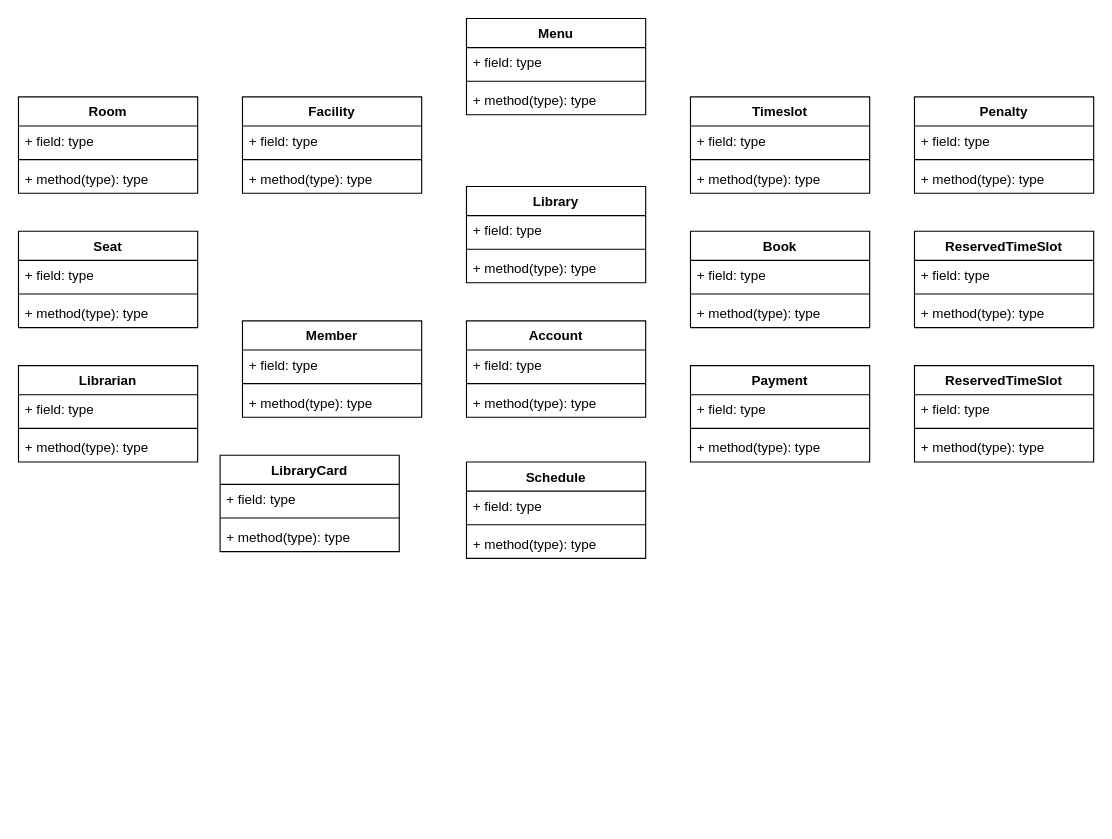
FenrirChiew/HoloLib keeps this draw.io diagram as Class Diagram - Library System.drawio. Above is the earlier version. Source tidied: cells renumbered, new cells numbered last; positions are measured from the earlier drawing's top-left corner, leaving out a move shared by most shapes. Both pictures are drawn from the tidied source at 112%, with x=0, y=0 at pixel (18, 18).
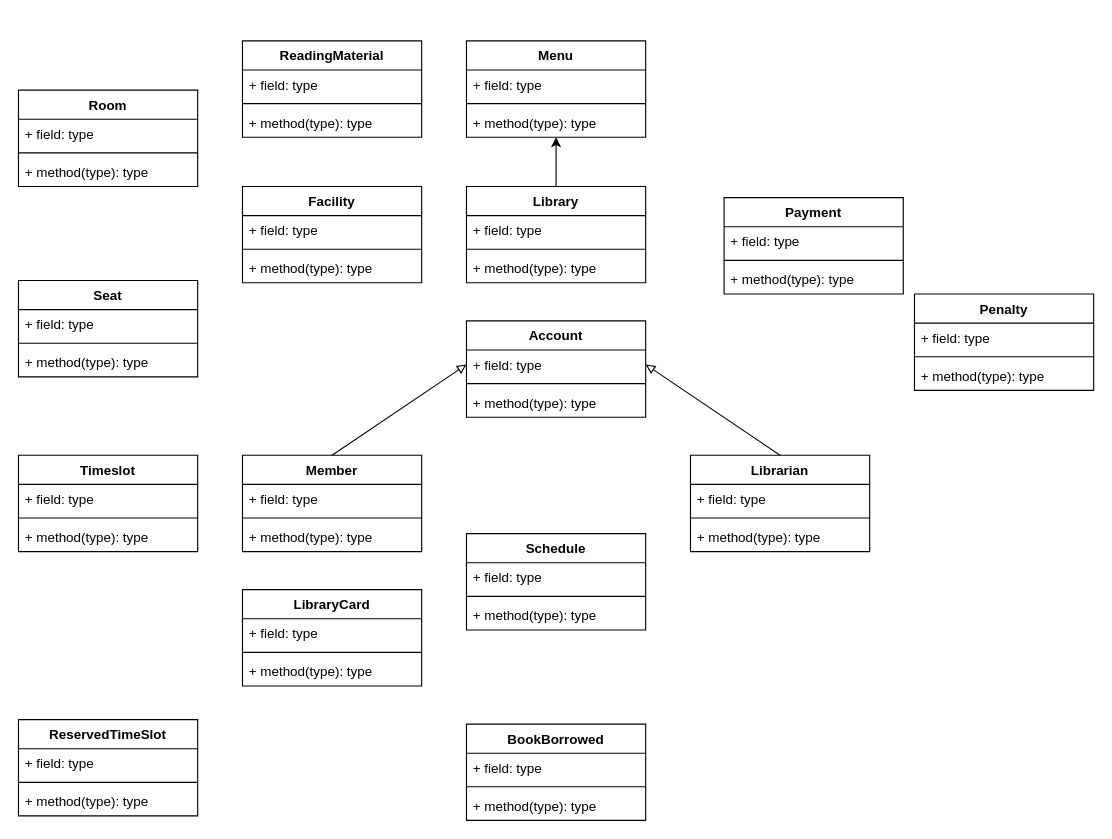
Above is the later version.

Commit message:
Updated Class Diagram

Unchanged cells that the change refers to:
```xml
<mxCell id="14" value="Library" style="swimlane;fontStyle=1;align=center;verticalAlign=top;horizontal=1;startSize=26;" parent="1" vertex="1">
  <mxGeometry x="400" y="150" width="160" height="86" as="geometry" />
</mxCell>
<mxCell id="19" value="+ field: type" style="text;strokeColor=none;fillColor=none;align=left;verticalAlign=top;spacingLeft=4;spacingRight=4;overflow=hidden;points=[[0,0.5],[1,0.5]];portConstraint=eastwest;" parent="18" vertex="1">
  <mxGeometry y="26" width="160" height="26" as="geometry" />
</mxCell>
```

The edit, as a diff of the source:
```diff
@@
     <mxCell id="2" value="Room" style="swimlane;fontStyle=1;align=center;verticalAlign=top;horizontal=1;startSize=26;" parent="1" vertex="1">
-      <mxGeometry y="70" width="160" height="86" as="geometry" />
+      <mxGeometry y="64" width="160" height="86" as="geometry" />
     </mxCell>
@@
     <mxCell id="6" value="Seat" style="swimlane;fontStyle=1;align=center;verticalAlign=top;horizontal=1;startSize=26;" parent="1" vertex="1">
-      <mxGeometry y="190" width="160" height="86" as="geometry" />
+      <mxGeometry y="234" width="160" height="86" as="geometry" />
     </mxCell>
@@
     <mxCell id="10" value="Facility" style="swimlane;fontStyle=1;align=center;verticalAlign=top;horizontal=1;startSize=26;" parent="1" vertex="1">
-      <mxGeometry x="200" y="70" width="160" height="86" as="geometry" />
+      <mxGeometry x="200" y="150" width="160" height="86" as="geometry" />
     </mxCell>
@@
+    <mxCell id="66" style="rounded=0;jettySize=auto;html=1;exitX=0.5;exitY=0;exitDx=0;exitDy=0;entryX=0.5;entryY=1;entryDx=0;entryDy=0;" parent="1" edge="1" source="14" target="62">
+      <mxGeometry relative="1" as="geometry" />
+    </mxCell>
@@
     <mxCell id="22" value="Librarian" style="swimlane;fontStyle=1;align=center;verticalAlign=top;horizontal=1;startSize=26;" parent="1" vertex="1">
-      <mxGeometry y="310" width="160" height="86" as="geometry" />
+      <mxGeometry x="600" y="390" width="160" height="86" as="geometry" />
     </mxCell>
@@
     <mxCell id="26" value="Member" style="swimlane;fontStyle=1;align=center;verticalAlign=top;horizontal=1;startSize=26;" parent="1" vertex="1">
-      <mxGeometry x="200" y="270" width="160" height="86" as="geometry" />
+      <mxGeometry x="200" y="390" width="160" height="86" as="geometry" />
     </mxCell>
@@
     <mxCell id="30" value="LibraryCard" style="swimlane;fontStyle=1;align=center;verticalAlign=top;horizontal=1;startSize=26;" parent="1" vertex="1">
-      <mxGeometry x="180" y="390" width="160" height="86" as="geometry" />
+      <mxGeometry x="200" y="510" width="160" height="86" as="geometry" />
     </mxCell>
@@
     <mxCell id="34" value="Schedule" style="swimlane;fontStyle=1;align=center;verticalAlign=top;horizontal=1;startSize=26;" parent="1" vertex="1">
-      <mxGeometry x="400" y="396" width="160" height="86" as="geometry" />
+      <mxGeometry x="400" y="460" width="160" height="86" as="geometry" />
     </mxCell>
@@
     <mxCell id="38" value="Timeslot" style="swimlane;fontStyle=1;align=center;verticalAlign=top;horizontal=1;startSize=26;" parent="1" vertex="1">
-      <mxGeometry x="600" y="70" width="160" height="86" as="geometry" />
+      <mxGeometry y="390" width="160" height="86" as="geometry" />
     </mxCell>
@@
-    <mxCell id="42" value="Book" style="swimlane;fontStyle=1;align=center;verticalAlign=top;horizontal=1;startSize=26;" parent="1" vertex="1">
-      <mxGeometry x="600" y="190" width="160" height="86" as="geometry" />
+    <mxCell id="42" value="ReadingMaterial" style="swimlane;fontStyle=1;align=center;verticalAlign=top;horizontal=1;startSize=26;" parent="1" vertex="1">
+      <mxGeometry x="200" y="20" width="160" height="86" as="geometry" />
     </mxCell>
@@
     <mxCell id="46" value="Payment" style="swimlane;fontStyle=1;align=center;verticalAlign=top;horizontal=1;startSize=26;" parent="1" vertex="1">
-      <mxGeometry x="600" y="310" width="160" height="86" as="geometry" />
+      <mxGeometry x="630" y="160" width="160" height="86" as="geometry" />
     </mxCell>
@@
     <mxCell id="50" value="Penalty" style="swimlane;fontStyle=1;align=center;verticalAlign=top;horizontal=1;startSize=26;" parent="1" vertex="1">
-      <mxGeometry x="800" y="70" width="160" height="86" as="geometry" />
+      <mxGeometry x="800" y="246" width="160" height="86" as="geometry" />
     </mxCell>
@@
     <mxCell id="54" value="ReservedTimeSlot" style="swimlane;fontStyle=1;align=center;verticalAlign=top;horizontal=1;startSize=26;" parent="1" vertex="1">
-      <mxGeometry x="800" y="190" width="160" height="86" as="geometry" />
+      <mxGeometry y="626" width="160" height="86" as="geometry" />
     </mxCell>
@@
-    <mxCell id="58" value="ReservedTimeSlot" style="swimlane;fontStyle=1;align=center;verticalAlign=top;horizontal=1;startSize=26;" parent="1" vertex="1">
-      <mxGeometry x="800" y="310" width="160" height="86" as="geometry" />
-    </mxCell>
-    <mxCell id="59" value="+ field: type" style="text;strokeColor=none;fillColor=none;align=left;verticalAlign=top;spacingLeft=4;spacingRight=4;overflow=hidden;" parent="58" vertex="1">
-      <mxGeometry y="26" width="160" height="26" as="geometry" />
-    </mxCell>
-    <mxCell id="60" style="line;strokeWidth=1;fillColor=none;align=left;verticalAlign=middle;spacingTop=-1;spacingLeft=3;spacingRight=3;labelPosition=right;" parent="58" vertex="1">
-      <mxGeometry y="52" width="160" height="8" as="geometry" />
-    </mxCell>
-    <mxCell id="61" value="+ method(type): type" style="text;strokeColor=none;fillColor=none;align=left;verticalAlign=top;spacingLeft=4;spacingRight=4;overflow=hidden;" parent="58" vertex="1">
-      <mxGeometry y="60" width="160" height="26" as="geometry" />
-    </mxCell>
     <mxCell id="62" value="Menu" style="swimlane;fontStyle=1;align=center;verticalAlign=top;horizontal=1;startSize=26;" parent="1" vertex="1">
-      <mxGeometry x="400" width="160" height="86" as="geometry" />
+      <mxGeometry x="400" y="20" width="160" height="86" as="geometry" />
     </mxCell>
@@
+    <mxCell id="67" style="rounded=0;jettySize=auto;html=1;entryX=0.5;entryY=0;entryDx=0;entryDy=0;exitX=1;exitY=0.5;exitDx=0;exitDy=0;endArrow=none;endFill=0;startArrow=block;startFill=0;" parent="1" edge="1" source="19" target="22">
+      <mxGeometry relative="1" as="geometry" />
+    </mxCell>
+    <mxCell id="68" style="endArrow=block;html=1;entryX=0;entryY=0.5;entryDx=0;entryDy=0;exitX=0.5;exitY=0;exitDx=0;exitDy=0;startArrow=none;startFill=0;endFill=0;" parent="1" edge="1" source="26" target="19">
+      <mxGeometry relative="1" as="geometry" />
+    </mxCell>
+    <mxCell id="69" value="BookBorrowed" style="swimlane;fontStyle=1;align=center;verticalAlign=top;horizontal=1;startSize=26;" parent="1" vertex="1">
+      <mxGeometry x="400" y="630" width="160" height="86" as="geometry" />
+    </mxCell>
+    <mxCell id="59" value="+ field: type" style="text;strokeColor=none;fillColor=none;align=left;verticalAlign=top;spacingLeft=4;spacingRight=4;overflow=hidden;" parent="69" vertex="1">
+      <mxGeometry y="26" width="160" height="26" as="geometry" />
+    </mxCell>
+    <mxCell id="60" style="line;strokeWidth=1;fillColor=none;align=left;verticalAlign=middle;spacingTop=-1;spacingLeft=3;spacingRight=3;labelPosition=right;" parent="69" vertex="1">
+      <mxGeometry y="52" width="160" height="8" as="geometry" />
+    </mxCell>
+    <mxCell id="61" value="+ method(type): type" style="text;strokeColor=none;fillColor=none;align=left;verticalAlign=top;spacingLeft=4;spacingRight=4;overflow=hidden;" parent="69" vertex="1">
+      <mxGeometry y="60" width="160" height="26" as="geometry" />
+    </mxCell>
```
